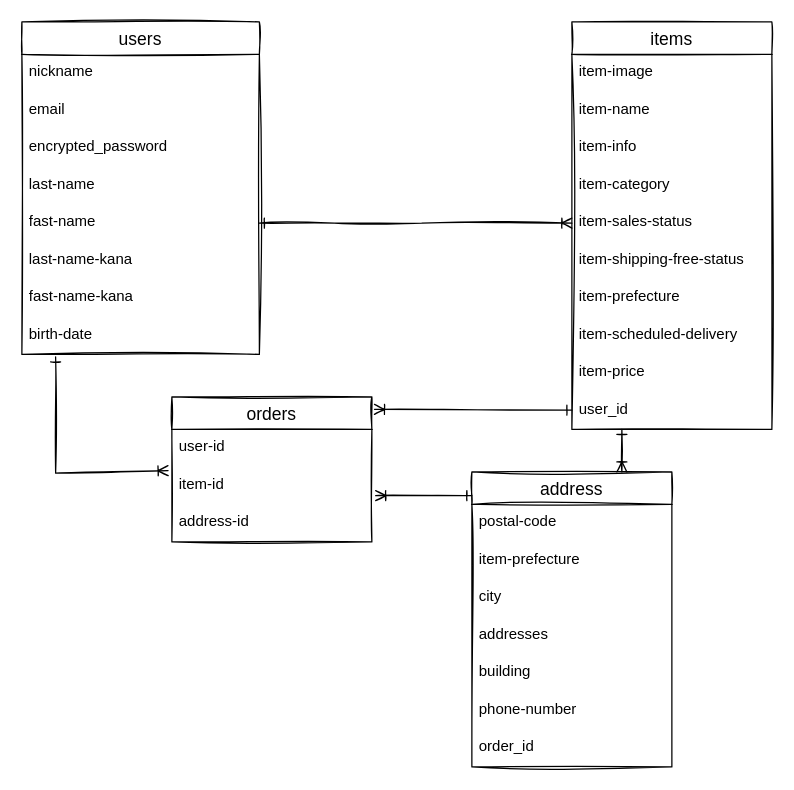
Before: furima.dio in ruirui0810/furima-37335, a draw.io diagram. Source tidied: cells renumbered, new cells numbered last; positions are measured from the earlier drawing's top-left corner, leaving out a move shared by most shapes. Both pictures are drawn from the tidied source at 125%, with x=0, y=0 at pixel (21, 21).
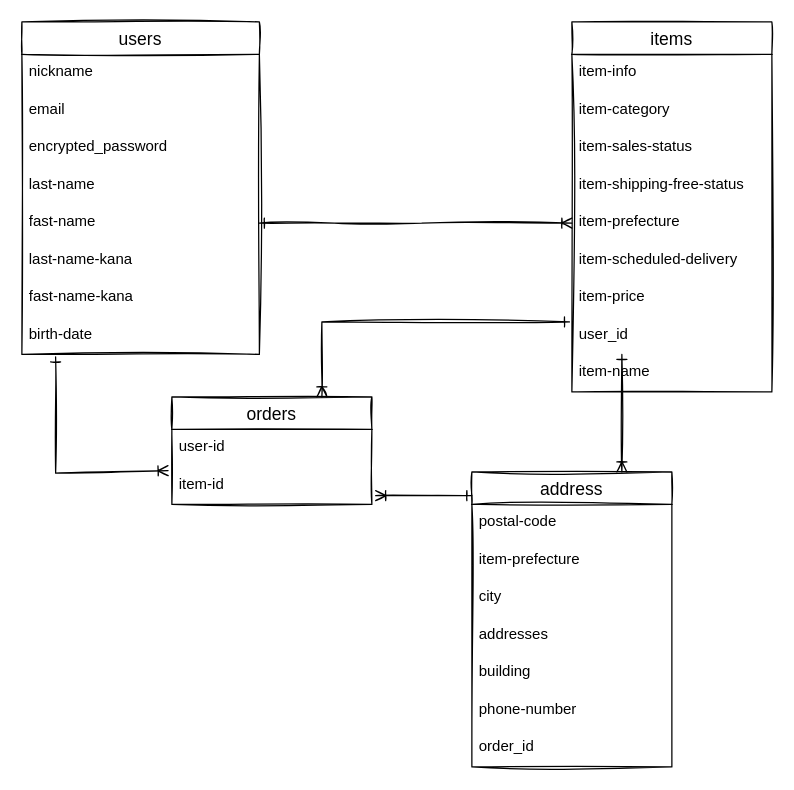
Above is the later version.

Commit message (it also covers changes not shown here):
データベース設計４

The change refers to these unchanged cells:
```xml
<mxCell id="26" value="fast-name" style="text;strokeColor=none;fillColor=none;spacingLeft=4;spacingRight=4;overflow=hidden;points=[[0,0.5],[1,0.5]];portConstraint=eastwest;fontSize=12;sketch=1;" parent="21" vertex="1">
  <mxGeometry y="146" width="190" height="30" as="geometry" />
</mxCell>
```

The edit, as a diff of the source:
```diff
@@
     <mxCell id="10" value="items" style="swimlane;fontStyle=0;horizontal=1;startSize=26;align=center;fontSize=14;sketch=1;" parent="1" vertex="1">
-      <mxGeometry x="440" width="160" height="326" as="geometry" />
+      <mxGeometry x="440" width="160" height="296" as="geometry" />
     </mxCell>
-    <mxCell id="11" value="item-image" style="text;strokeColor=none;fillColor=none;spacingLeft=4;spacingRight=4;overflow=hidden;fontSize=12;sketch=1;" parent="10" vertex="1">
-      <mxGeometry y="26" width="160" height="30" as="geometry" />
-    </mxCell>
-    <mxCell id="12" value="item-name" style="text;strokeColor=none;fillColor=none;spacingLeft=4;spacingRight=4;overflow=hidden;fontSize=12;sketch=1;" parent="10" vertex="1">
-      <mxGeometry y="56" width="160" height="30" as="geometry" />
-    </mxCell>
     <mxCell id="13" value="item-info" style="text;strokeColor=none;fillColor=none;spacingLeft=4;spacingRight=4;overflow=hidden;fontSize=12;sketch=1;" parent="10" vertex="1">
-      <mxGeometry y="86" width="160" height="30" as="geometry" />
+      <mxGeometry y="26" width="160" height="30" as="geometry" />
     </mxCell>
     <mxCell id="14" value="item-category" style="text;strokeColor=none;fillColor=none;spacingLeft=4;spacingRight=4;overflow=hidden;fontSize=12;sketch=1;" parent="10" vertex="1">
-      <mxGeometry y="116" width="160" height="30" as="geometry" />
+      <mxGeometry y="56" width="160" height="30" as="geometry" />
     </mxCell>
     <mxCell id="15" value="item-sales-status" style="text;strokeColor=none;fillColor=none;spacingLeft=4;spacingRight=4;overflow=hidden;points=[[0,0.5],[1,0.5]];portConstraint=eastwest;fontSize=12;sketch=1;" parent="10" vertex="1">
-      <mxGeometry y="146" width="160" height="30" as="geometry" />
+      <mxGeometry y="86" width="160" height="30" as="geometry" />
     </mxCell>
     <mxCell id="16" value="item-shipping-free-status" style="text;strokeColor=none;fillColor=none;spacingLeft=4;spacingRight=4;overflow=hidden;fontSize=12;sketch=1;" parent="10" vertex="1">
-      <mxGeometry y="176" width="160" height="30" as="geometry" />
+      <mxGeometry y="116" width="160" height="30" as="geometry" />
     </mxCell>
     <mxCell id="17" value="item-prefecture" style="text;strokeColor=none;fillColor=none;spacingLeft=4;spacingRight=4;overflow=hidden;points=[[0,0.5],[1,0.5]];portConstraint=eastwest;fontSize=12;sketch=1;" parent="10" vertex="1">
-      <mxGeometry y="206" width="160" height="30" as="geometry" />
+      <mxGeometry y="146" width="160" height="30" as="geometry" />
     </mxCell>
     <mxCell id="18" value="item-scheduled-delivery" style="text;strokeColor=none;fillColor=none;spacingLeft=4;spacingRight=4;overflow=hidden;fontSize=12;sketch=1;" parent="10" vertex="1">
-      <mxGeometry y="236" width="160" height="30" as="geometry" />
+      <mxGeometry y="176" width="160" height="30" as="geometry" />
     </mxCell>
     <mxCell id="19" value="item-price&#10;" style="text;strokeColor=none;fillColor=none;spacingLeft=4;spacingRight=4;overflow=hidden;points=[[0,0.5],[1,0.5]];portConstraint=eastwest;fontSize=12;sketch=1;" parent="10" vertex="1">
-      <mxGeometry y="266" width="160" height="30" as="geometry" />
+      <mxGeometry y="206" width="160" height="30" as="geometry" />
     </mxCell>
     <mxCell id="20" value="user_id" style="text;strokeColor=none;fillColor=none;spacingLeft=4;spacingRight=4;overflow=hidden;points=[[0,0.5],[1,0.5]];portConstraint=eastwest;fontSize=12;sketch=1;" parent="10" vertex="1">
-      <mxGeometry y="296" width="160" height="30" as="geometry" />
+      <mxGeometry y="236" width="160" height="30" as="geometry" />
     </mxCell>
+    <mxCell id="12" value="item-name" style="text;strokeColor=none;fillColor=none;spacingLeft=4;spacingRight=4;overflow=hidden;fontSize=12;sketch=1;" parent="10" vertex="1">
+      <mxGeometry y="266" width="160" height="30" as="geometry" />
+    </mxCell>
@@
-    <mxCell id="30" style="fontSize=12;html=1;endArrow=ERoneToMany;rounded=0;entryX=0;entryY=0.5;entryDx=0;entryDy=0;exitX=1;exitY=0.5;exitDx=0;exitDy=0;startArrow=ERone;startFill=0;sketch=1;" parent="1" edge="1" source="26" target="15">
+    <mxCell id="30" style="fontSize=12;html=1;endArrow=ERoneToMany;rounded=0;entryX=0;entryY=0.5;entryDx=0;entryDy=0;exitX=1;exitY=0.5;exitDx=0;exitDy=0;startArrow=ERone;startFill=0;sketch=1;" parent="1" edge="1" source="26" target="17">
       <mxGeometry relative="1" as="geometry">
         <Array as="points">
           <mxPoint x="250" y="161" />
           <mxPoint x="320" y="161" />
         </Array>
       </mxGeometry>
     </mxCell>
@@
     <mxCell id="32" value="orders" style="swimlane;fontStyle=0;horizontal=1;startSize=26;align=center;fontSize=14;sketch=1;" parent="1" vertex="1">
-      <mxGeometry x="120" y="300" width="160" height="116" as="geometry" />
+      <mxGeometry x="120" y="300" width="160" height="86" as="geometry" />
     </mxCell>
@@
-    <mxCell id="35" value="address-id" style="text;strokeColor=none;fillColor=none;spacingLeft=4;spacingRight=4;overflow=hidden;fontSize=12;sketch=1;" parent="32" vertex="1">
-      <mxGeometry y="86" width="160" height="30" as="geometry" />
-    </mxCell>
@@
-    <mxCell id="38" style="endArrow=ERone;html=1;rounded=0;sketch=1;exitX=1.013;exitY=0.086;exitDx=0;exitDy=0;exitPerimeter=0;endFill=0;startArrow=ERoneToMany;startFill=0;" parent="1" edge="1" source="32" target="20">
-      <mxGeometry relative="1" as="geometry" />
+    <mxCell id="38" style="endArrow=ERone;html=1;rounded=0;sketch=1;exitX=0.75;exitY=0;exitDx=0;exitDy=0;endFill=0;startArrow=ERoneToMany;startFill=0;entryX=-0.012;entryY=1.133;entryDx=0;entryDy=0;entryPerimeter=0;" parent="1" edge="1" source="32" target="19">
+      <mxGeometry relative="1" as="geometry">
+        <Array as="points">
+          <mxPoint x="240" y="240" />
+        </Array>
+      </mxGeometry>
     </mxCell>
```
